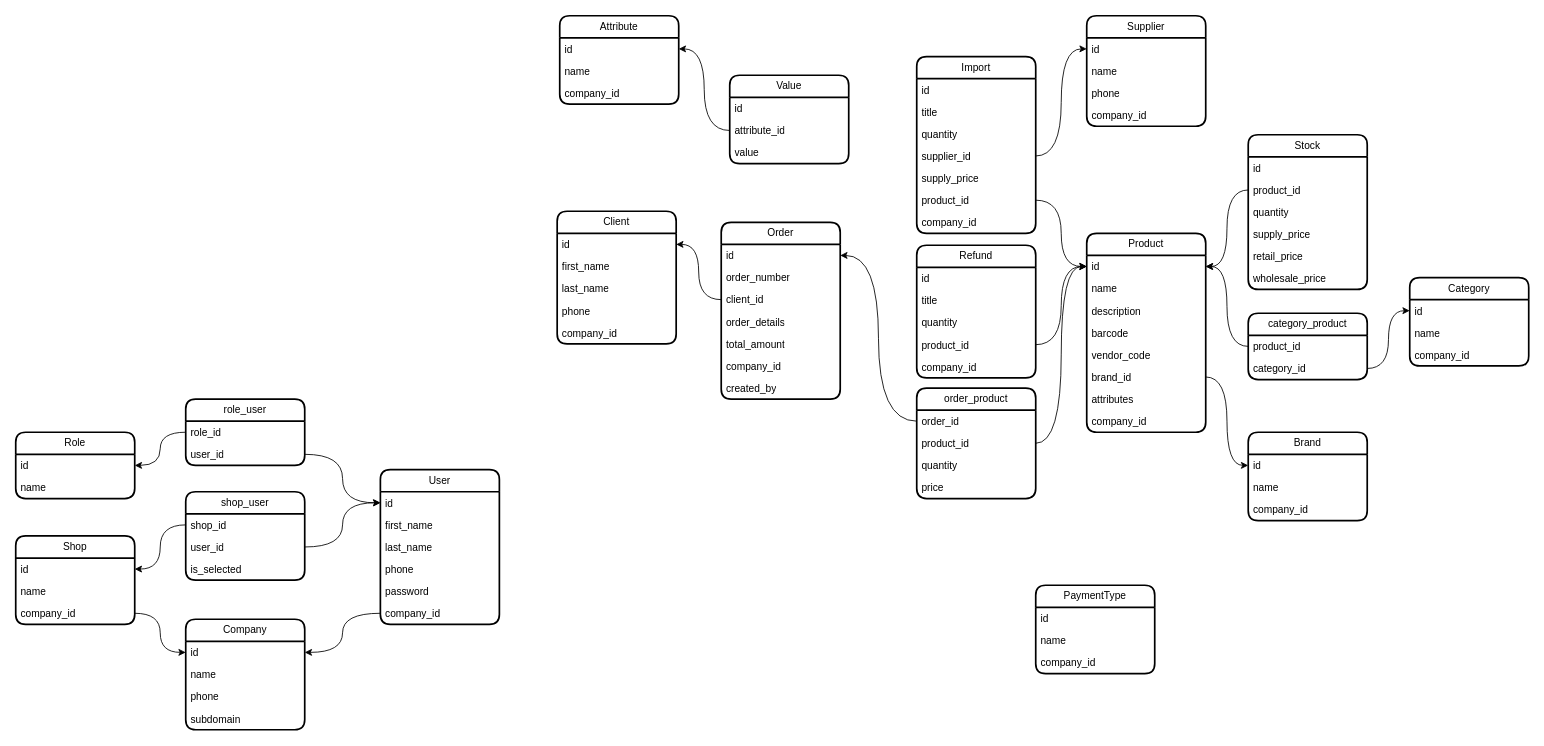
iztileuoff/databases keeps this draw.io diagram as page "v3" (1 of 3) of karsoft-wsm.drawio. Above is the earlier version. Source tidied: cells renumbered, new cells numbered last; positions are measured from the earlier drawing's top-left corner, leaving out a move shared by most shapes. Both pictures are drawn from the tidied source at 85%, with x=0, y=0 at pixel (15, 15).
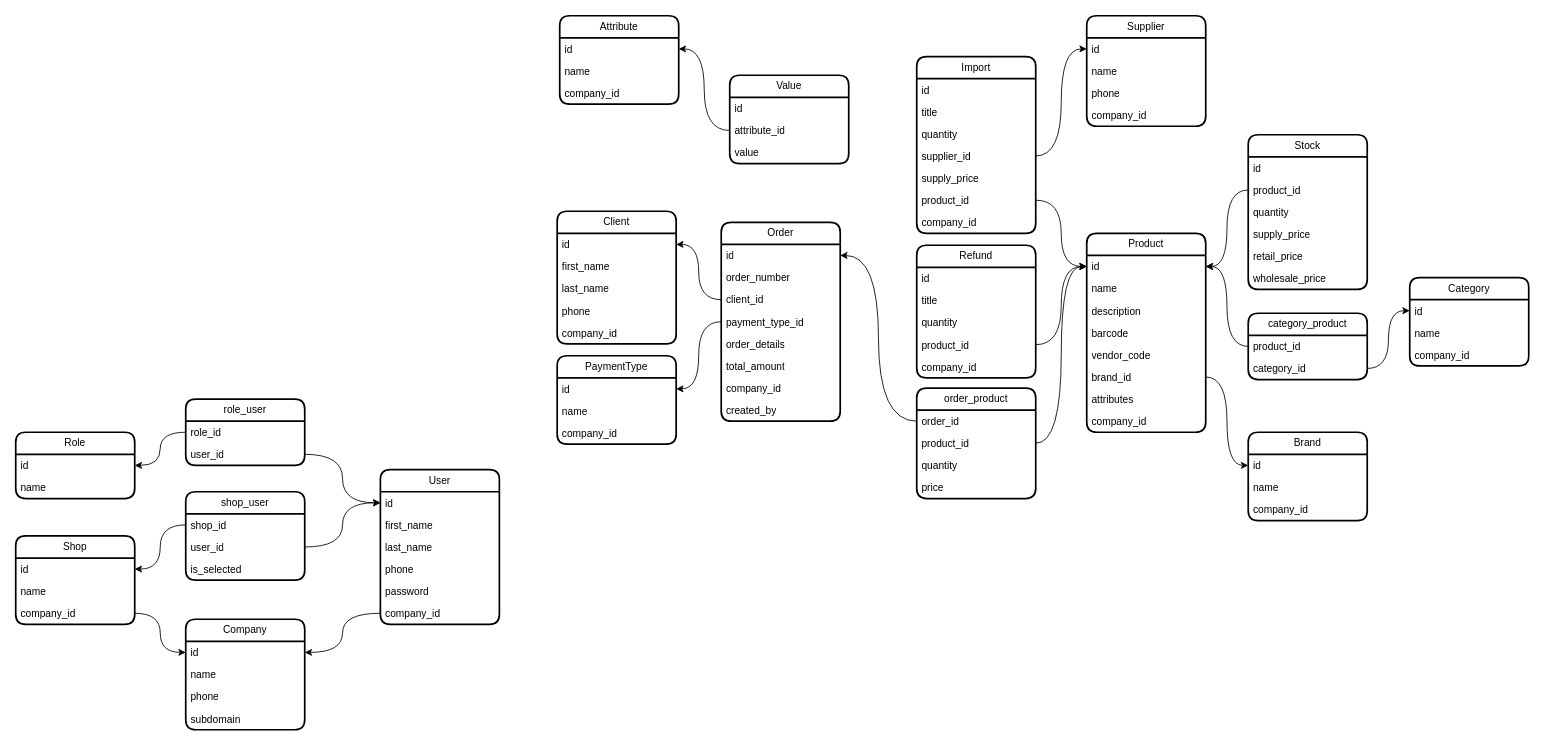
Above is the later version.

The change refers to these unchanged cells:
```xml
<mxCell id="43" value="id" style="text;strokeColor=none;fillColor=none;align=left;verticalAlign=top;spacingLeft=4;spacingRight=4;overflow=hidden;points=[[0,0.5],[1,0.5]];portConstraint=eastwest;whiteSpace=wrap;html=1;" parent="42" vertex="1">
  <mxGeometry y="26" width="140" height="26" as="geometry" />
</mxCell>
```

Change to the diagram source:
```diff
@@
     <mxCell id="34" value="Order" style="swimlane;fontStyle=0;horizontal=1;startSize=26;fillColor=none;whiteSpace=wrap;html=1;rounded=1;shadow=0;glass=0;strokeWidth=2;" parent="1" vertex="1">
-      <mxGeometry x="830" y="243" width="140" height="208" as="geometry" />
+      <mxGeometry x="830" y="243" width="140" height="234" as="geometry" />
     </mxCell>
@@
+    <mxCell id="122" value="payment_type_id" style="text;strokeColor=none;fillColor=none;align=left;verticalAlign=top;spacingLeft=4;spacingRight=4;overflow=hidden;points=[[0,0.5],[1,0.5]];portConstraint=eastwest;whiteSpace=wrap;html=1;" parent="34" vertex="1">
+      <mxGeometry y="104" width="140" height="26" as="geometry" />
+    </mxCell>
     <mxCell id="38" value="order_details" style="text;strokeColor=none;fillColor=none;align=left;verticalAlign=top;spacingLeft=4;spacingRight=4;overflow=hidden;whiteSpace=wrap;html=1;" parent="34" vertex="1">
-      <mxGeometry y="104" width="140" height="26" as="geometry" />
+      <mxGeometry y="130" width="140" height="26" as="geometry" />
     </mxCell>
     <mxCell id="39" value="total_amount" style="text;strokeColor=none;fillColor=none;align=left;verticalAlign=top;spacingLeft=4;spacingRight=4;overflow=hidden;whiteSpace=wrap;html=1;" parent="34" vertex="1">
-      <mxGeometry y="130" width="140" height="26" as="geometry" />
+      <mxGeometry y="156" width="140" height="26" as="geometry" />
     </mxCell>
     <mxCell id="40" value="company_id" style="text;strokeColor=none;fillColor=none;align=left;verticalAlign=top;spacingLeft=4;spacingRight=4;overflow=hidden;whiteSpace=wrap;html=1;" parent="34" vertex="1">
-      <mxGeometry y="156" width="140" height="26" as="geometry" />
+      <mxGeometry y="182" width="140" height="26" as="geometry" />
     </mxCell>
     <mxCell id="41" value="created_by" style="text;strokeColor=none;fillColor=none;align=left;verticalAlign=top;spacingLeft=4;spacingRight=4;overflow=hidden;whiteSpace=wrap;html=1;" parent="34" vertex="1">
-      <mxGeometry y="182" width="140" height="26" as="geometry" />
+      <mxGeometry y="208" width="140" height="26" as="geometry" />
     </mxCell>
     <mxCell id="42" value="PaymentType" style="swimlane;fontStyle=0;horizontal=1;startSize=26;fillColor=none;whiteSpace=wrap;html=1;rounded=1;shadow=0;glass=0;strokeWidth=2;" parent="1" vertex="1">
-      <mxGeometry x="1200" y="670" width="140" height="104" as="geometry" />
+      <mxGeometry x="637" y="400" width="140" height="104" as="geometry" />
     </mxCell>
@@
+    <mxCell id="123" style="edgeStyle=orthogonalEdgeStyle;rounded=0;jettySize=auto;html=1;entryX=1;entryY=0.5;entryDx=0;entryDy=0;curved=1;" parent="1" edge="1" source="122" target="43">
+      <mxGeometry relative="1" as="geometry" />
+    </mxCell>
```
